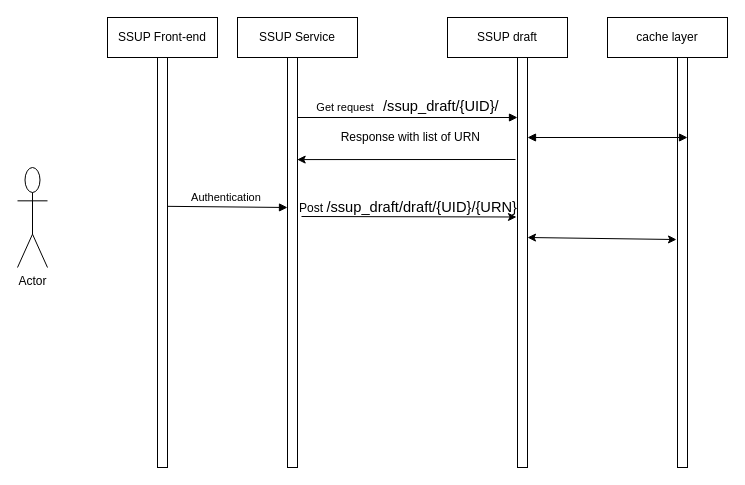
Above: stylesheets/Untitled Diagram.drawio in UTIITSL/Test (draw.io), before the change. Source tidied: cells renumbered, new cells numbered last; positions are measured from the earlier drawing's top-left corner, leaving out a move shared by most shapes. Both pictures are drawn from the tidied source at 100%, with x=0, y=0 at pixel (17, 17).
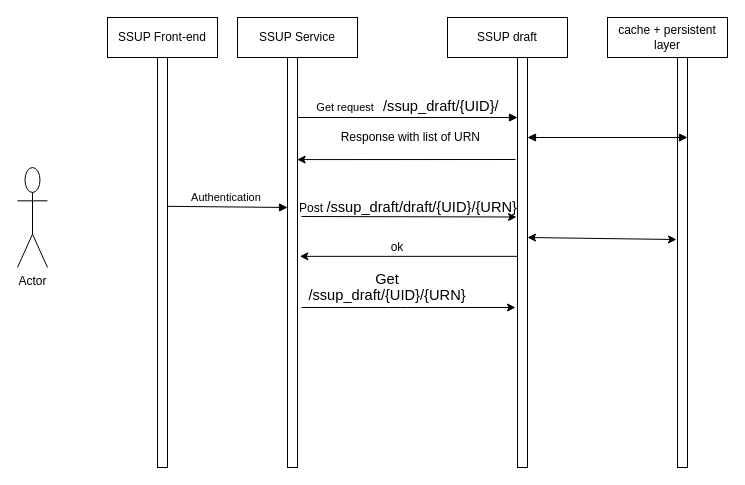
The same page after the edit.

Commit message:
SSUP_DRAFT

Unchanged cells that the change refers to:
```xml
<mxCell id="8" style="html=1;points=[];perimeter=orthogonalPerimeter;" parent="1" vertex="1">
  <mxGeometry x="270" y="40" width="10" height="410" as="geometry" />
</mxCell>
<mxCell id="9" style="html=1;points=[];perimeter=orthogonalPerimeter;" parent="1" vertex="1">
  <mxGeometry x="500" y="40" width="10" height="410" as="geometry" />
</mxCell>
```

Diff of the diagram source:
```diff
@@
-    <mxCell id="5" value="cache layer" style="rounded=0;whiteSpace=wrap;html=1;" parent="1" vertex="1">
+    <mxCell id="5" value="cache + persistent layer" style="rounded=0;whiteSpace=wrap;html=1;" parent="1" vertex="1">
       <mxGeometry x="590" width="120" height="40" as="geometry" />
     </mxCell>
@@
+    <mxCell id="19" style="endArrow=classic;html=1;entryX=1.233;entryY=0.485;entryDx=0;entryDy=0;entryPerimeter=0;" parent="1" edge="1" source="9" target="8">
+      <mxGeometry relative="1" as="geometry" />
+    </mxCell>
+    <mxCell id="20" value="ok" style="text;html=1;strokeColor=none;fillColor=none;align=center;verticalAlign=middle;whiteSpace=wrap;rounded=0;" parent="1" vertex="1">
+      <mxGeometry x="360" y="220" width="40" height="20" as="geometry" />
+    </mxCell>
+    <mxCell id="21" style="endArrow=classic;html=1;" parent="1" edge="1">
+      <mxGeometry relative="1" as="geometry">
+        <mxPoint x="284" y="290" as="sourcePoint" />
+        <mxPoint x="498" y="290" as="targetPoint" />
+        <Array as="points">
+          <mxPoint x="380" y="290" />
+        </Array>
+      </mxGeometry>
+    </mxCell>
+    <mxCell id="22" value="&lt;span style=&quot;font-size: 11.0pt ; line-height: 107% ; font-family: &amp;#34;calibri&amp;#34; , &amp;#34;sans-serif&amp;#34;&quot;&gt;Get /ssup_draft/{UID}/{URN}&lt;/span&gt;" style="text;html=1;strokeColor=none;fillColor=none;align=center;verticalAlign=middle;whiteSpace=wrap;rounded=0;" parent="1" vertex="1">
+      <mxGeometry x="330" y="260" width="80" height="20" as="geometry" />
+    </mxCell>
+    <mxCell id="23" style="edgeStyle=orthogonalEdgeStyle;rounded=0;orthogonalLoop=1;jettySize=auto;html=1;exitX=0.5;exitY=1;exitDx=0;exitDy=0;" parent="1" edge="1" source="22" target="22">
+      <mxGeometry relative="1" as="geometry" />
+    </mxCell>
```
